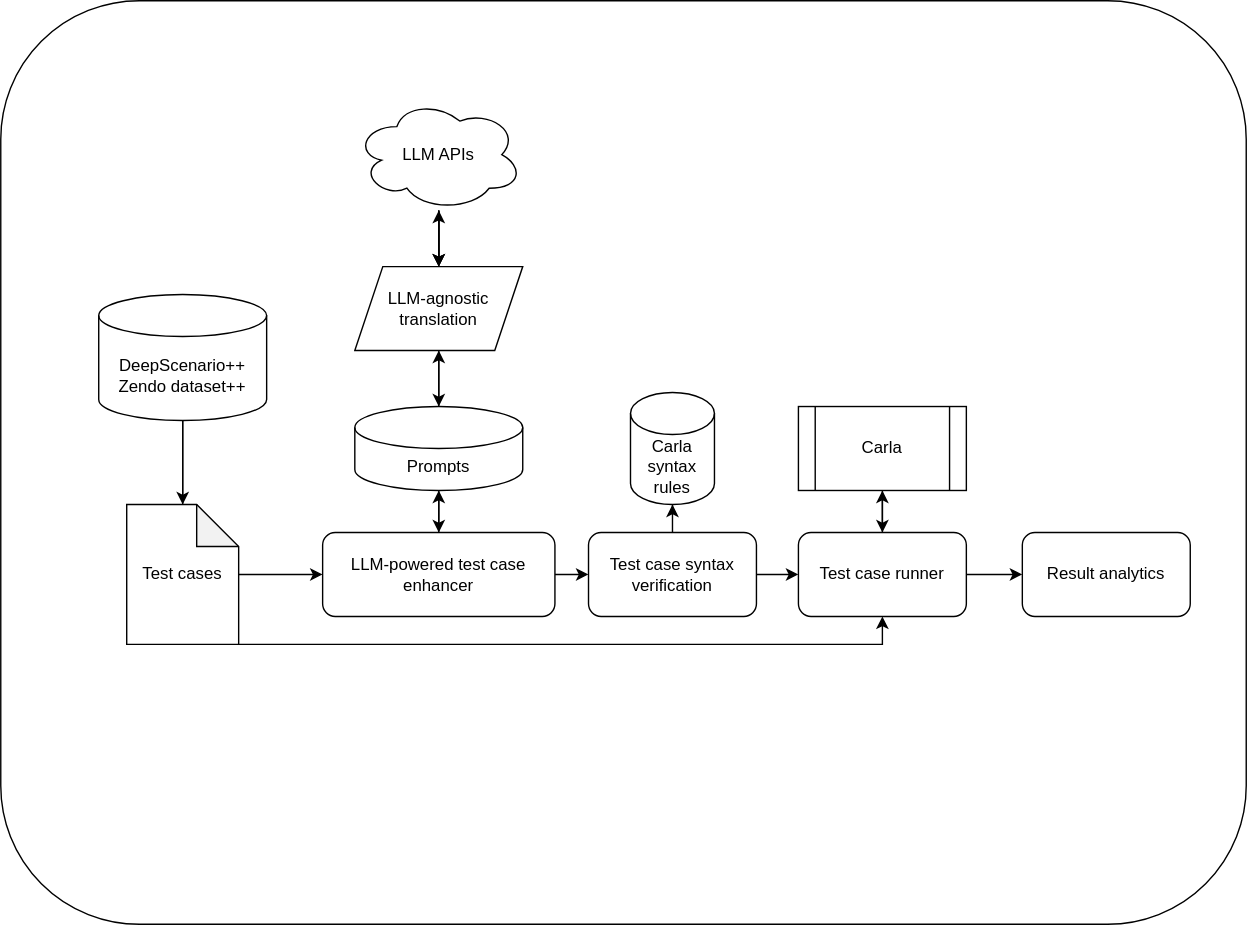
Before: essay/media/solution-proposal.drawio.svg, a diagram exported from draw.io (orjahren/master). Source tidied: cells renumbered, new cells last; positions are measured from the earlier drawing's top-left corner, leaving out a move shared by most shapes. The source it was exported from:
```xml
<mxGraphModel>
  <root>
    <mxCell id="0" />
    <mxCell id="1" parent="0" />
    <mxCell id="2" style="rounded=1;whiteSpace=wrap;html=1;" parent="1" vertex="1">
      <mxGeometry width="890" height="660" as="geometry" />
    </mxCell>
    <mxCell id="3" style="edgeStyle=orthogonalEdgeStyle;rounded=0;jettySize=auto;html=1;" parent="1" edge="1" source="5" target="14">
      <mxGeometry relative="1" as="geometry" />
    </mxCell>
    <mxCell id="4" style="edgeStyle=orthogonalEdgeStyle;rounded=0;jettySize=auto;html=1;" parent="1" edge="1" source="5" target="29">
      <mxGeometry relative="1" as="geometry" />
    </mxCell>
    <mxCell id="5" value="LLM-powered test case enhancer" style="rounded=1;whiteSpace=wrap;html=1;" parent="1" vertex="1">
      <mxGeometry x="230" y="380" width="166" height="60" as="geometry" />
    </mxCell>
    <mxCell id="6" style="edgeStyle=orthogonalEdgeStyle;rounded=0;jettySize=auto;html=1;" parent="1" edge="1" source="8" target="14">
      <mxGeometry relative="1" as="geometry" />
    </mxCell>
    <mxCell id="7" style="edgeStyle=orthogonalEdgeStyle;rounded=0;jettySize=auto;html=1;" parent="1" edge="1" source="8" target="24">
      <mxGeometry relative="1" as="geometry" />
    </mxCell>
    <mxCell id="8" value="LLM-agnostic translation" style="shape=parallelogram;perimeter=parallelogramPerimeter;whiteSpace=wrap;html=1;fixedSize=1;" parent="1" vertex="1">
      <mxGeometry x="253" y="190" width="120" height="60" as="geometry" />
    </mxCell>
    <mxCell id="9" style="edgeStyle=orthogonalEdgeStyle;rounded=0;jettySize=auto;html=1;exitX=0.5;exitY=1;exitDx=0;exitDy=0;exitPerimeter=0;entryX=0.5;entryY=0;entryDx=0;entryDy=0;" parent="1" edge="1" source="11">
      <mxGeometry relative="1" as="geometry">
        <mxPoint x="130" y="380" as="targetPoint" />
      </mxGeometry>
    </mxCell>
    <mxCell id="10" style="edgeStyle=orthogonalEdgeStyle;rounded=0;jettySize=auto;html=1;" parent="1" edge="1" source="11" target="20">
      <mxGeometry relative="1" as="geometry" />
    </mxCell>
    <mxCell id="11" value="DeepScenario++&lt;div&gt;Zendo dataset++&lt;/div&gt;" style="shape=cylinder3;whiteSpace=wrap;html=1;boundedLbl=1;backgroundOutline=1;size=15;" parent="1" vertex="1">
      <mxGeometry x="70" y="210" width="120" height="90" as="geometry" />
    </mxCell>
    <mxCell id="12" style="edgeStyle=orthogonalEdgeStyle;rounded=0;jettySize=auto;html=1;" parent="1" edge="1" source="14" target="5">
      <mxGeometry relative="1" as="geometry" />
    </mxCell>
    <mxCell id="13" style="edgeStyle=orthogonalEdgeStyle;rounded=0;jettySize=auto;html=1;" parent="1" edge="1" source="14" target="8">
      <mxGeometry relative="1" as="geometry" />
    </mxCell>
    <mxCell id="14" value="Prompts" style="shape=cylinder3;whiteSpace=wrap;html=1;boundedLbl=1;backgroundOutline=1;size=15;" parent="1" vertex="1">
      <mxGeometry x="253" y="290" width="120" height="60" as="geometry" />
    </mxCell>
    <mxCell id="15" style="edgeStyle=orthogonalEdgeStyle;rounded=0;jettySize=auto;html=1;entryX=0.5;entryY=1;entryDx=0;entryDy=0;" parent="1" edge="1" source="17" target="26">
      <mxGeometry relative="1" as="geometry" />
    </mxCell>
    <mxCell id="16" style="edgeStyle=orthogonalEdgeStyle;rounded=0;jettySize=auto;html=1;" parent="1" edge="1" source="17" target="30">
      <mxGeometry relative="1" as="geometry" />
    </mxCell>
    <mxCell id="17" value="Test case runner" style="rounded=1;whiteSpace=wrap;html=1;" parent="1" vertex="1">
      <mxGeometry x="570" y="380" width="120" height="60" as="geometry" />
    </mxCell>
    <mxCell id="18" style="edgeStyle=orthogonalEdgeStyle;rounded=0;jettySize=auto;html=1;" parent="1" edge="1" source="20" target="5">
      <mxGeometry relative="1" as="geometry" />
    </mxCell>
    <mxCell id="19" style="edgeStyle=orthogonalEdgeStyle;rounded=0;jettySize=auto;html=1;entryX=0.5;entryY=1;entryDx=0;entryDy=0;" parent="1" edge="1" source="20" target="17">
      <mxGeometry relative="1" as="geometry">
        <Array as="points">
          <mxPoint x="630" y="460" />
        </Array>
      </mxGeometry>
    </mxCell>
    <mxCell id="20" value="Test cases" style="shape=note;whiteSpace=wrap;html=1;backgroundOutline=1;darkOpacity=0.05;" parent="1" vertex="1">
      <mxGeometry x="90" y="360" width="80" height="100" as="geometry" />
    </mxCell>
    <mxCell id="21" style="edgeStyle=orthogonalEdgeStyle;rounded=0;jettySize=auto;html=1;" parent="1" edge="1" source="24" target="8">
      <mxGeometry relative="1" as="geometry" />
    </mxCell>
    <mxCell id="22" style="edgeStyle=orthogonalEdgeStyle;rounded=0;jettySize=auto;html=1;" parent="1" edge="1" source="24" target="8">
      <mxGeometry relative="1" as="geometry" />
    </mxCell>
    <mxCell id="23" style="edgeStyle=orthogonalEdgeStyle;rounded=0;jettySize=auto;html=1;entryX=0.5;entryY=0;entryDx=0;entryDy=0;" parent="1" edge="1" source="24" target="8">
      <mxGeometry relative="1" as="geometry" />
    </mxCell>
    <mxCell id="24" value="LLM APIs" style="ellipse;shape=cloud;whiteSpace=wrap;html=1;" parent="1" vertex="1">
      <mxGeometry x="253" y="70" width="120" height="80" as="geometry" />
    </mxCell>
    <mxCell id="25" style="edgeStyle=orthogonalEdgeStyle;rounded=0;jettySize=auto;html=1;" parent="1" edge="1" source="26" target="17">
      <mxGeometry relative="1" as="geometry" />
    </mxCell>
    <mxCell id="26" value="Carla" style="shape=process;whiteSpace=wrap;html=1;backgroundOutline=1;" parent="1" vertex="1">
      <mxGeometry x="570" y="290" width="120" height="60" as="geometry" />
    </mxCell>
    <mxCell id="27" style="edgeStyle=orthogonalEdgeStyle;rounded=0;jettySize=auto;html=1;" parent="1" edge="1" source="29" target="17">
      <mxGeometry relative="1" as="geometry" />
    </mxCell>
    <mxCell id="28" style="edgeStyle=orthogonalEdgeStyle;rounded=0;jettySize=auto;html=1;" parent="1" edge="1" source="29" target="31">
      <mxGeometry relative="1" as="geometry" />
    </mxCell>
    <mxCell id="29" value="Test case syntax verification" style="rounded=1;whiteSpace=wrap;html=1;" parent="1" vertex="1">
      <mxGeometry x="420" y="380" width="120" height="60" as="geometry" />
    </mxCell>
    <mxCell id="30" value="Result analytics" style="rounded=1;whiteSpace=wrap;html=1;" parent="1" vertex="1">
      <mxGeometry x="730" y="380" width="120" height="60" as="geometry" />
    </mxCell>
    <mxCell id="31" value="Carla syntax rules" style="shape=cylinder3;whiteSpace=wrap;html=1;boundedLbl=1;backgroundOutline=1;size=15;" parent="1" vertex="1">
      <mxGeometry x="450" y="280" width="60" height="80" as="geometry" />
    </mxCell>
  </root>
</mxGraphModel>
```
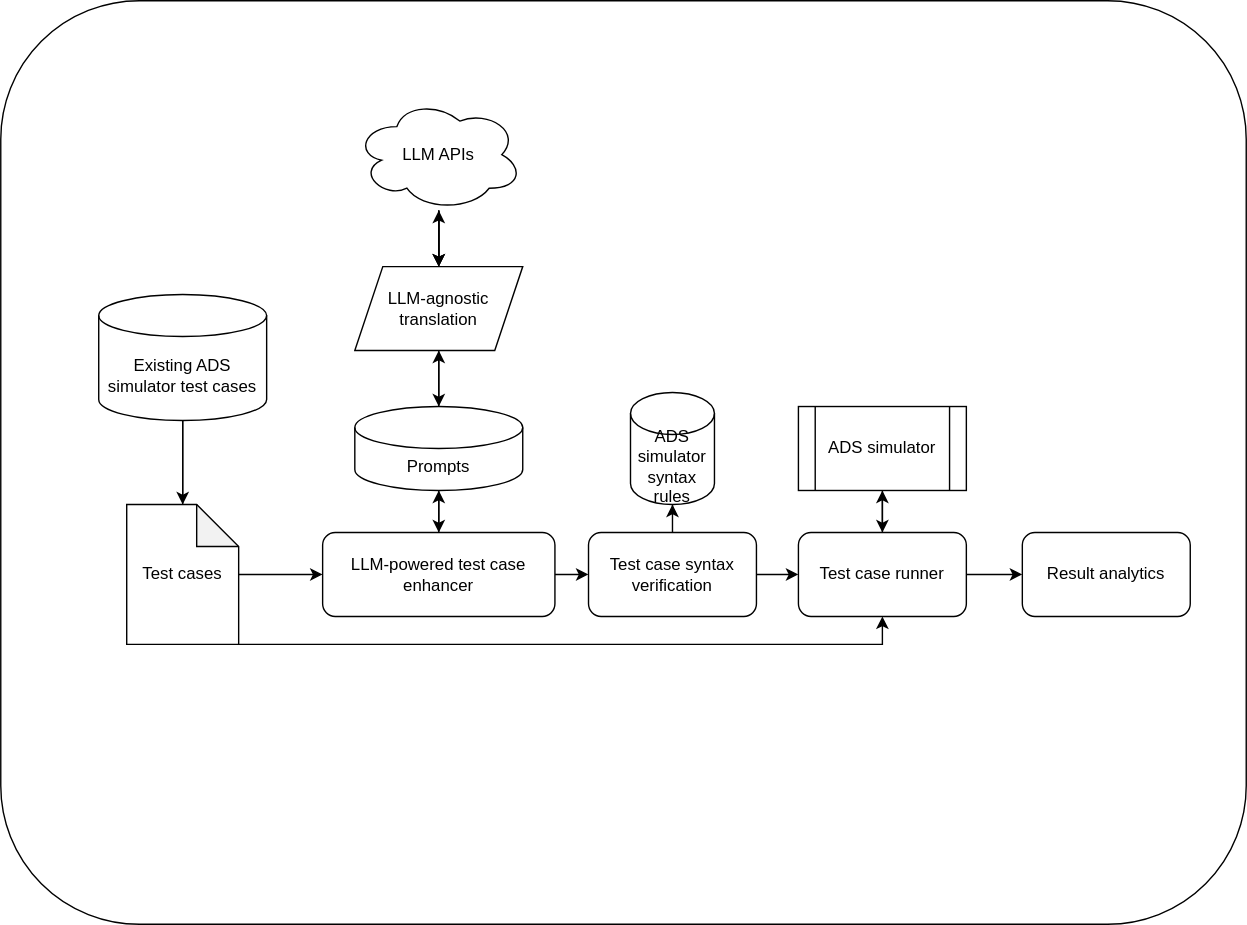
The same file after the commit.

Change to the diagram source:
```diff
@@ -31,7 +31,7 @@
     <mxCell id="10" style="edgeStyle=orthogonalEdgeStyle;rounded=0;jettySize=auto;html=1;" parent="1" edge="1" source="11" target="20">
       <mxGeometry relative="1" as="geometry" />
     </mxCell>
-    <mxCell id="11" value="DeepScenario++&lt;div&gt;Zendo dataset++&lt;/div&gt;" style="shape=cylinder3;whiteSpace=wrap;html=1;boundedLbl=1;backgroundOutline=1;size=15;" parent="1" vertex="1">
+    <mxCell id="11" value="Existing ADS simulator test cases" style="shape=cylinder3;whiteSpace=wrap;html=1;boundedLbl=1;backgroundOutline=1;size=15;" parent="1" vertex="1">
       <mxGeometry x="70" y="210" width="120" height="90" as="geometry" />
     </mxCell>
     <mxCell id="12" style="edgeStyle=orthogonalEdgeStyle;rounded=0;jettySize=auto;html=1;" parent="1" edge="1" source="14" target="5">
@@ -80,7 +80,7 @@
     <mxCell id="25" style="edgeStyle=orthogonalEdgeStyle;rounded=0;jettySize=auto;html=1;" parent="1" edge="1" source="26" target="17">
       <mxGeometry relative="1" as="geometry" />
     </mxCell>
-    <mxCell id="26" value="Carla" style="shape=process;whiteSpace=wrap;html=1;backgroundOutline=1;" parent="1" vertex="1">
+    <mxCell id="26" value="ADS simulator" style="shape=process;whiteSpace=wrap;html=1;backgroundOutline=1;" parent="1" vertex="1">
       <mxGeometry x="570" y="290" width="120" height="60" as="geometry" />
     </mxCell>
     <mxCell id="27" style="edgeStyle=orthogonalEdgeStyle;rounded=0;jettySize=auto;html=1;" parent="1" edge="1" source="29" target="17">
@@ -95,7 +95,7 @@
     <mxCell id="30" value="Result analytics" style="rounded=1;whiteSpace=wrap;html=1;" parent="1" vertex="1">
       <mxGeometry x="730" y="380" width="120" height="60" as="geometry" />
     </mxCell>
-    <mxCell id="31" value="Carla syntax rules" style="shape=cylinder3;whiteSpace=wrap;html=1;boundedLbl=1;backgroundOutline=1;size=15;" parent="1" vertex="1">
+    <mxCell id="31" value="ADS simulator syntax rules" style="shape=cylinder3;whiteSpace=wrap;html=1;boundedLbl=1;backgroundOutline=1;size=15;" parent="1" vertex="1">
       <mxGeometry x="450" y="280" width="60" height="80" as="geometry" />
     </mxCell>
   </root>
```
